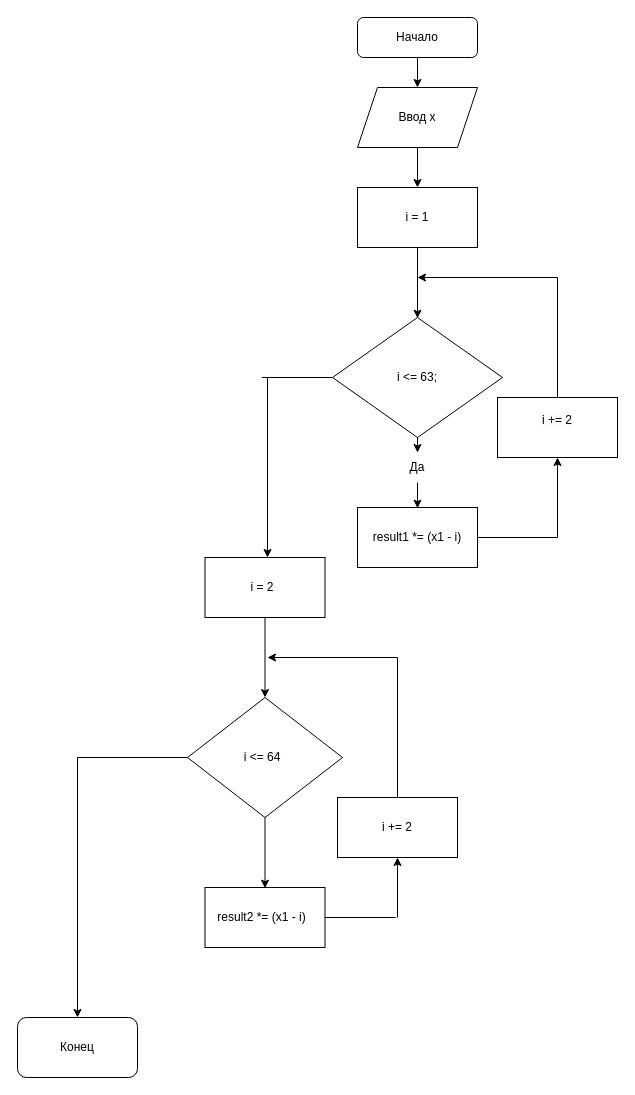
Above: lab 8.drawio in 1kxri/dz (draw.io), before the change. Source tidied: cells renumbered, new cells numbered last; positions are measured from the earlier drawing's top-left corner, leaving out a move shared by most shapes. Both pictures are drawn from the tidied source at 100%, with x=0, y=0 at pixel (17, 17).
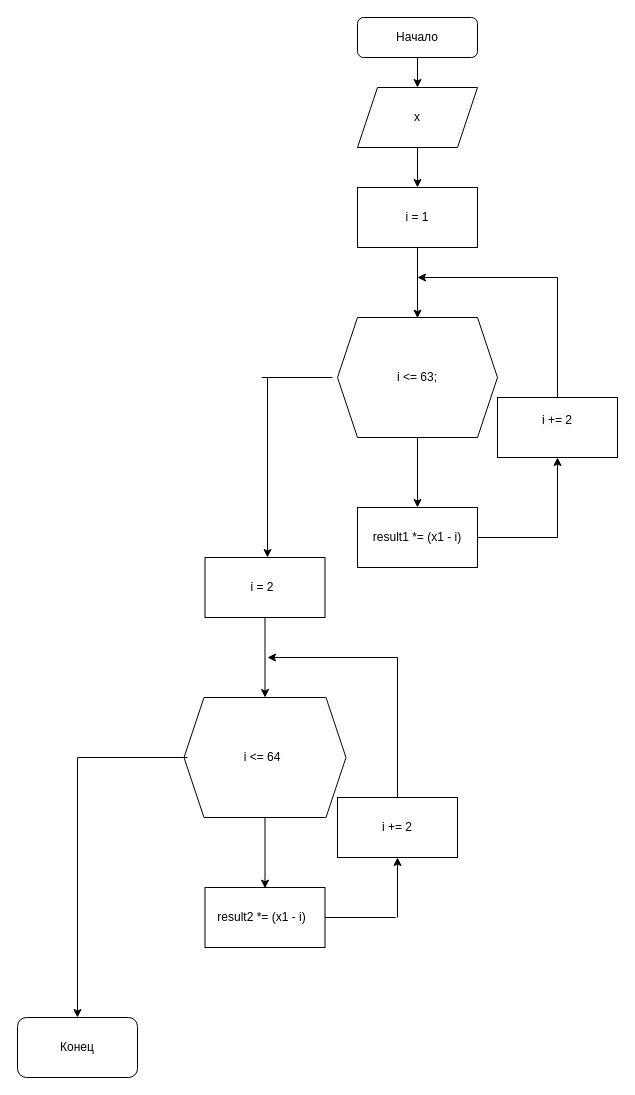
Above is the later version.

The change refers to these unchanged cells:
```xml
<mxCell id="7" value="result1 *= (x1 - i)" style="rounded=0;whiteSpace=wrap;html=1;" parent="1" vertex="1">
  <mxGeometry x="340" y="490" width="120" height="60" as="geometry" />
</mxCell>
<mxCell id="35" style="rounded=0;whiteSpace=wrap;html=1;" parent="1" vertex="1">
  <mxGeometry x="187.5" y="540" width="120" height="60" as="geometry" />
</mxCell>
```

The edit, as a diff of the source:
```diff
@@
+    <mxCell id="42" style="shape=hexagon;perimeter=hexagonPerimeter2;whiteSpace=wrap;html=1;fixedSize=1;" parent="1" vertex="1">
+      <mxGeometry x="166.5" y="680" width="162" height="120" as="geometry" />
+    </mxCell>
+    <mxCell id="43" style="shape=hexagon;perimeter=hexagonPerimeter2;whiteSpace=wrap;html=1;fixedSize=1;" parent="1" vertex="1">
+      <mxGeometry x="320" y="300" width="160" height="120" as="geometry" />
+    </mxCell>
@@
-    <mxCell id="4" value="Ввод х" style="text;html=1;align=center;verticalAlign=middle;whiteSpace=wrap;rounded=0;" parent="1" vertex="1">
+    <mxCell id="4" value="х" style="text;html=1;align=center;verticalAlign=middle;whiteSpace=wrap;rounded=0;" parent="1" vertex="1">
       <mxGeometry x="360" y="70" width="80" height="60" as="geometry" />
     </mxCell>
-    <mxCell id="5" style="rhombus;whiteSpace=wrap;html=1;" parent="1" vertex="1">
-      <mxGeometry x="315" y="300" width="170" height="120" as="geometry" />
-    </mxCell>
-    <mxCell id="6" style="endArrow=classic;html=1;rounded=0;" parent="1" edge="1" source="17">
-      <mxGeometry relative="1" as="geometry">
-        <mxPoint x="400" y="490.7" as="targetPoint" />
-      </mxGeometry>
-    </mxCell>
@@
-    <mxCell id="13" style="endArrow=none;html=1;rounded=0;" parent="1" edge="1" source="5">
+    <mxCell id="13" style="endArrow=none;html=1;rounded=0;" parent="1" edge="1">
       <mxGeometry relative="1" as="geometry">
+        <mxPoint x="315" y="360" as="sourcePoint" />
         <mxPoint x="244.3" y="360" as="targetPoint" />
       </mxGeometry>
     </mxCell>
@@
-    <mxCell id="16" style="endArrow=classic;html=1;rounded=0;" parent="1" edge="1" source="5" target="17">
-      <mxGeometry relative="1" as="geometry" />
+    <mxCell id="16" style="endArrow=classic;html=1;rounded=0;entryX=0.5;entryY=0;entryDx=0;entryDy=0;" parent="1" edge="1" target="7">
+      <mxGeometry relative="1" as="geometry">
+        <mxPoint x="400" y="420" as="sourcePoint" />
+      </mxGeometry>
     </mxCell>
-    <mxCell id="17" value="Да" style="text;html=1;align=center;verticalAlign=middle;whiteSpace=wrap;rounded=0;" parent="1" vertex="1">
-      <mxGeometry x="370" y="435" width="60" height="30" as="geometry" />
-    </mxCell>
@@
-    <mxCell id="19" style="rhombus;whiteSpace=wrap;html=1;" parent="1" vertex="1">
-      <mxGeometry x="170" y="680" width="155" height="120" as="geometry" />
-    </mxCell>
@@
-    <mxCell id="21" style="endArrow=classic;html=1;rounded=0;" parent="1" edge="1" source="19">
+    <mxCell id="21" style="endArrow=classic;html=1;rounded=0;" parent="1" edge="1">
       <mxGeometry relative="1" as="geometry">
+        <mxPoint x="247.5" y="800" as="sourcePoint" />
         <mxPoint x="247.5" y="870.7" as="targetPoint" />
       </mxGeometry>
     </mxCell>
@@
-    <mxCell id="36" style="endArrow=classic;html=1;rounded=0;entryX=0.5;entryY=0;entryDx=0;entryDy=0;exitX=0.5;exitY=1;exitDx=0;exitDy=0;" parent="1" edge="1" source="35" target="19">
-      <mxGeometry relative="1" as="geometry" />
+    <mxCell id="36" style="endArrow=classic;html=1;rounded=0;entryX=0.5;entryY=0;entryDx=0;entryDy=0;exitX=0.5;exitY=1;exitDx=0;exitDy=0;" parent="1" edge="1" source="35">
+      <mxGeometry relative="1" as="geometry">
+        <mxPoint x="247.5" y="680" as="targetPoint" />
+      </mxGeometry>
     </mxCell>
@@
-    <mxCell id="38" style="endArrow=none;html=1;rounded=0;entryX=0;entryY=0.5;entryDx=0;entryDy=0;" parent="1" edge="1" target="19">
+    <mxCell id="38" style="endArrow=none;html=1;rounded=0;entryX=0;entryY=0.5;entryDx=0;entryDy=0;" parent="1" edge="1">
       <mxGeometry relative="1" as="geometry">
         <mxPoint x="60" y="740" as="sourcePoint" />
+        <mxPoint x="170" y="740" as="targetPoint" />
       </mxGeometry>
     </mxCell>
```
